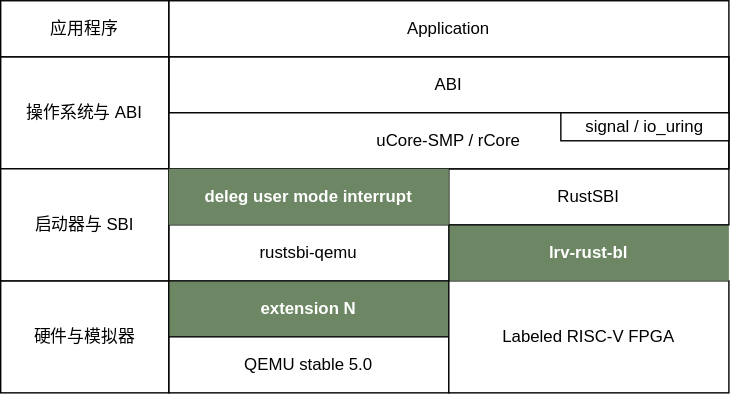
Before: docs/src/assets/proj.svg, a diagram exported from draw.io (oscomp/2021oscomp-best-kernel-design-impl). Source tidied: cells renumbered, new cells last; positions are measured from the earlier drawing's top-left corner, leaving out a move shared by most shapes.
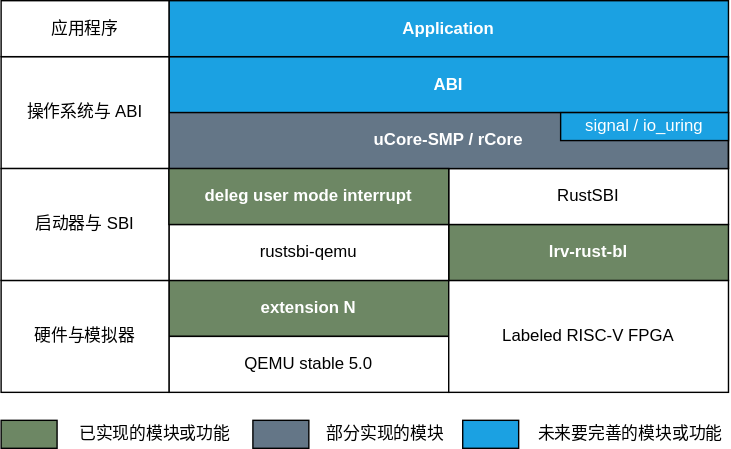
After the commit.

The edit, as a diff of the source:
```diff
@@ -2,10 +2,10 @@
   <root>
     <mxCell id="0" style="html=1;" />
     <mxCell id="1" style="html=1;" parent="0" />
-    <mxCell id="2" value="extension N" style="rounded=0;whiteSpace=wrap;html=1;fillColor=#6d8764;fontColor=#ffffff;fontStyle=1;strokeColor=none;" parent="1" vertex="1">
+    <mxCell id="2" value="extension N" style="rounded=0;whiteSpace=wrap;html=1;fillColor=#6d8764;fontColor=#ffffff;fontStyle=1;" parent="1" vertex="1">
       <mxGeometry x="120" y="200" width="200" height="40" as="geometry" />
     </mxCell>
-    <mxCell id="3" value="ABI" style="rounded=0;whiteSpace=wrap;html=1;" parent="1" vertex="1">
+    <mxCell id="3" value="ABI" style="rounded=0;whiteSpace=wrap;html=1;fillColor=#1ba1e2;fontColor=#ffffff;fontStyle=1;" parent="1" vertex="1">
       <mxGeometry x="120" y="40" width="400" height="40" as="geometry" />
     </mxCell>
     <mxCell id="4" value="QEMU stable 5.0" style="rounded=0;whiteSpace=wrap;html=1;" parent="1" vertex="1">
@@ -14,7 +14,7 @@
     <mxCell id="5" value="Labeled RISC-V FPGA" style="rounded=0;whiteSpace=wrap;html=1;" parent="1" vertex="1">
       <mxGeometry x="320" y="200" width="200" height="80" as="geometry" />
     </mxCell>
-    <mxCell id="6" value="lrv-rust-bl" style="rounded=0;whiteSpace=wrap;html=1;fillColor=#6d8764;fontColor=#ffffff;fontStyle=1;strokeColor=none;" parent="1" vertex="1">
+    <mxCell id="6" value="lrv-rust-bl" style="rounded=0;whiteSpace=wrap;html=1;fillColor=#6d8764;fontColor=#ffffff;fontStyle=1;" parent="1" vertex="1">
       <mxGeometry x="320" y="160" width="200" height="40" as="geometry" />
     </mxCell>
     <mxCell id="7" value="rustsbi-qemu" style="rounded=0;whiteSpace=wrap;html=1;" parent="1" vertex="1">
@@ -23,10 +23,10 @@
     <mxCell id="8" value="RustSBI" style="rounded=0;whiteSpace=wrap;html=1;" parent="1" vertex="1">
       <mxGeometry x="320" y="120" width="200" height="40" as="geometry" />
     </mxCell>
-    <mxCell id="9" value="uCore-SMP / rCore" style="rounded=0;whiteSpace=wrap;html=1;" parent="1" vertex="1">
+    <mxCell id="9" value="uCore-SMP / rCore" style="rounded=0;whiteSpace=wrap;html=1;fillColor=#647687;fontColor=#ffffff;fontStyle=1;" parent="1" vertex="1">
       <mxGeometry x="120" y="80" width="400" height="40" as="geometry" />
     </mxCell>
-    <mxCell id="10" value="Application" style="rounded=0;whiteSpace=wrap;html=1;" parent="1" vertex="1">
+    <mxCell id="10" value="Application" style="rounded=0;whiteSpace=wrap;html=1;fillColor=#1ba1e2;fontColor=#ffffff;fontStyle=1;" parent="1" vertex="1">
       <mxGeometry x="120" width="400" height="40" as="geometry" />
     </mxCell>
     <mxCell id="11" style="endArrow=none;html=1;exitX=0;exitY=1;exitDx=0;exitDy=0;entryX=0;entryY=0;entryDx=0;entryDy=0;" parent="1" edge="1" source="3" target="3">
@@ -35,7 +35,7 @@
     <mxCell id="12" style="endArrow=none;html=1;entryX=1;entryY=0;entryDx=0;entryDy=0;exitX=1;exitY=0;exitDx=0;exitDy=0;" parent="1" edge="1" source="8" target="3">
       <mxGeometry relative="1" as="geometry" />
     </mxCell>
-    <mxCell id="13" value="signal / io_uring" style="rounded=0;whiteSpace=wrap;html=1;" parent="1" vertex="1">
+    <mxCell id="13" value="signal / io_uring" style="rounded=0;whiteSpace=wrap;html=1;fillColor=#1ba1e2;fontColor=#ffffff;" parent="1" vertex="1">
       <mxGeometry x="400" y="80" width="120" height="20" as="geometry" />
     </mxCell>
     <mxCell id="14" value="硬件与模拟器" style="rounded=0;whiteSpace=wrap;html=1;" parent="1" vertex="1">
@@ -50,8 +50,26 @@
     <mxCell id="17" value="应用程序" style="rounded=0;whiteSpace=wrap;html=1;" parent="1" vertex="1">
       <mxGeometry width="120" height="40" as="geometry" />
     </mxCell>
-    <mxCell id="18" value="deleg user mode interrupt" style="rounded=0;whiteSpace=wrap;html=1;fillColor=#6d8764;fontColor=#ffffff;fontStyle=1;strokeColor=none;" parent="1" vertex="1">
+    <mxCell id="18" value="deleg user mode interrupt" style="rounded=0;whiteSpace=wrap;html=1;fillColor=#6d8764;fontColor=#ffffff;fontStyle=1;" parent="1" vertex="1">
       <mxGeometry x="120" y="120" width="200" height="40" as="geometry" />
     </mxCell>
+    <mxCell id="19" style="rounded=0;whiteSpace=wrap;html=1;fillColor=#6d8764;fontColor=#ffffff;" parent="1" vertex="1">
+      <mxGeometry y="300" width="40" height="20" as="geometry" />
+    </mxCell>
+    <mxCell id="20" value="已实现的模块或功能" style="text;html=1;strokeColor=none;fillColor=none;align=center;verticalAlign=middle;whiteSpace=wrap;rounded=0;" parent="1" vertex="1">
+      <mxGeometry x="50" y="300" width="120" height="20" as="geometry" />
+    </mxCell>
+    <mxCell id="21" style="rounded=0;whiteSpace=wrap;html=1;fillColor=#647687;fontColor=#ffffff;" parent="1" vertex="1">
+      <mxGeometry x="180" y="300" width="40" height="20" as="geometry" />
+    </mxCell>
+    <mxCell id="22" value="部分实现的模块" style="text;html=1;strokeColor=none;fillColor=none;align=center;verticalAlign=middle;whiteSpace=wrap;rounded=0;" parent="1" vertex="1">
+      <mxGeometry x="230" y="300" width="90" height="20" as="geometry" />
+    </mxCell>
+    <mxCell id="23" style="rounded=0;whiteSpace=wrap;html=1;fillColor=#1ba1e2;fontColor=#ffffff;" parent="1" vertex="1">
+      <mxGeometry x="330" y="300" width="40" height="20" as="geometry" />
+    </mxCell>
+    <mxCell id="24" value="未来要完善的模块或功能" style="text;html=1;strokeColor=none;fillColor=none;align=center;verticalAlign=middle;whiteSpace=wrap;rounded=0;" parent="1" vertex="1">
+      <mxGeometry x="380" y="300" width="140" height="20" as="geometry" />
+    </mxCell>
   </root>
 </mxGraphModel>
```
